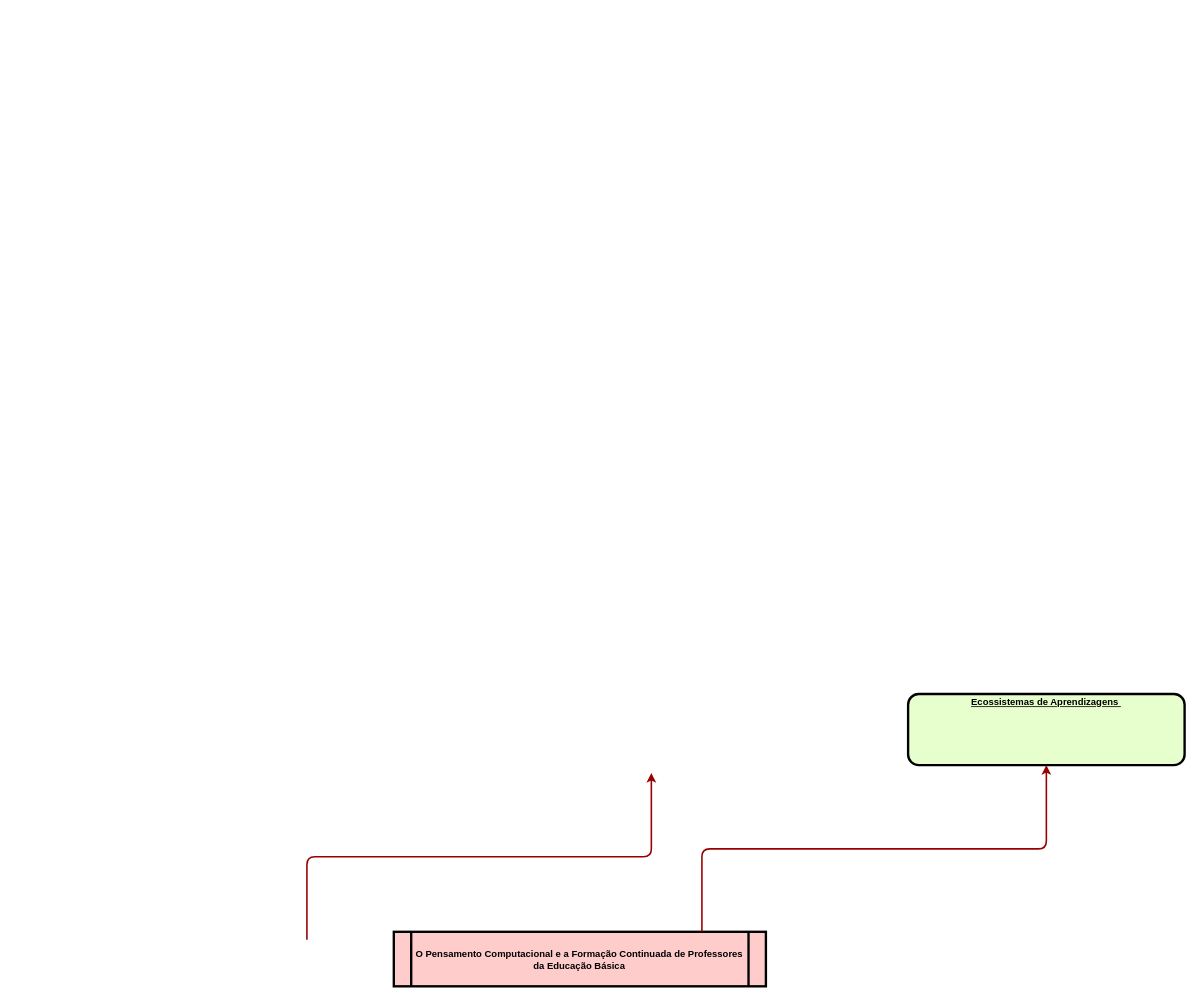
Earlier version of the draw.io diagram Desgner Formação.drawio (RosianeSangali/RosianeSangali). Source tidied: cells renumbered, new cells numbered last; positions are measured from the earlier drawing's top-left corner, leaving out a move shared by most shapes. Both pictures are drawn from the tidied source at 79%, with x=0, y=0 at pixel (307, 694).
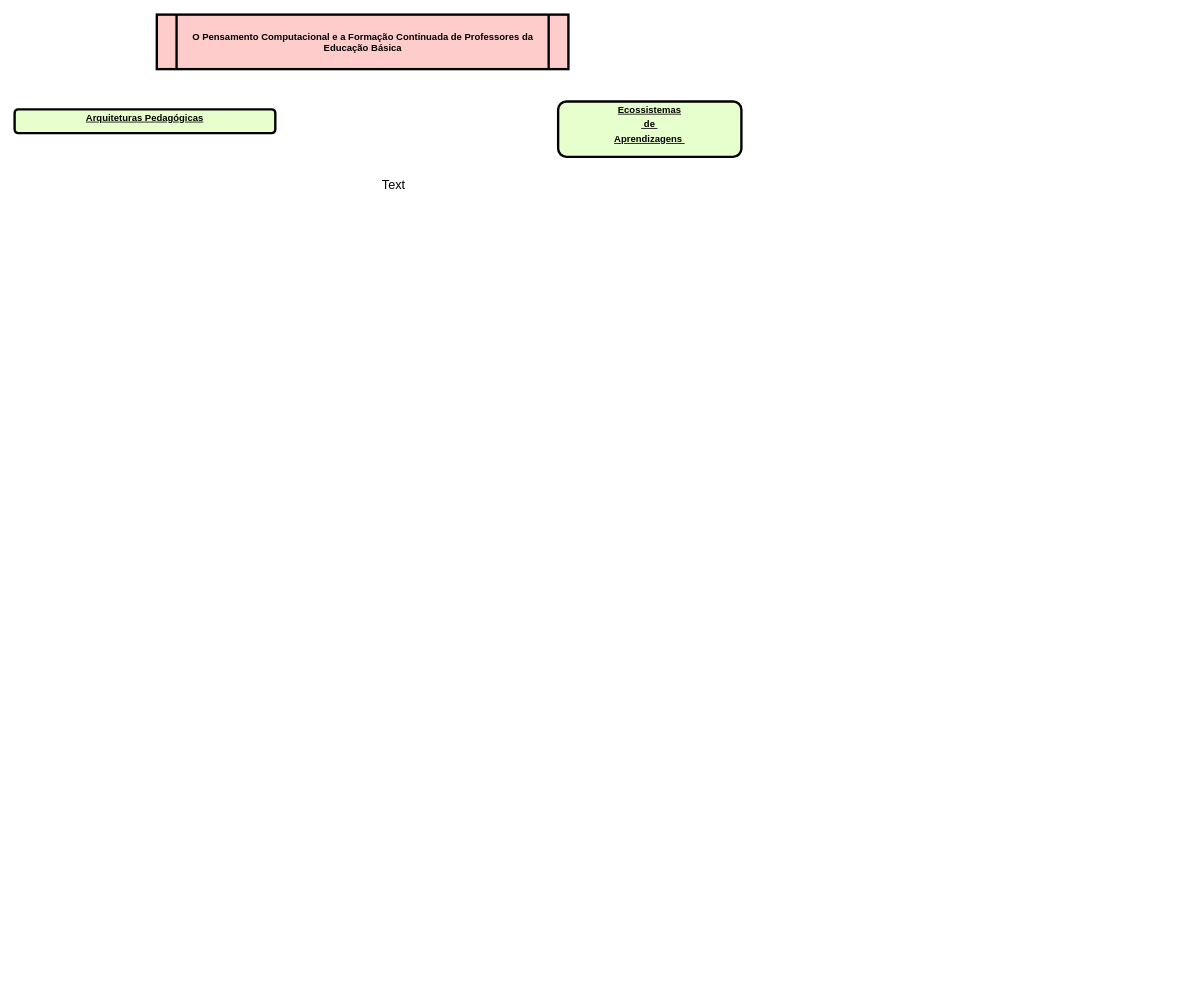
After the change.

Diff of the diagram source:
```diff
@@
 <mxGraphModel>
   <root>
     <mxCell id="0" />
     <mxCell id="1" parent="0" />
+    <mxCell id="6" value="&lt;p style=&quot;margin: 0px; margin-top: 4px; text-align: center; text-decoration: underline;&quot;&gt;Arquiteturas Pedagógicas&lt;/p&gt;" style="verticalAlign=middle;align=center;overflow=fill;fontSize=12;fontFamily=Helvetica;html=1;rounded=1;fontStyle=1;strokeWidth=3;fillColor=#E6FFCC;" parent="1" vertex="1">
+      <mxGeometry x="-370" y="-740" width="330" height="30" as="geometry" />
+    </mxCell>
     <mxCell id="2" value="O Pensamento Computacional e a Formação Continuada de Professores da Educação Básica" style="shape=process;whiteSpace=wrap;align=center;verticalAlign=middle;size=0.0475;fontStyle=1;strokeWidth=3;fillColor=#FFCCCC;" parent="1" vertex="1">
-      <mxGeometry x="110" y="301" width="471" height="69" as="geometry" />
+      <mxGeometry x="-190" y="-860" width="521" height="69" as="geometry" />
     </mxCell>
-    <mxCell id="3" value="&lt;p style=&quot;margin: 0px; margin-top: 4px; text-align: center; text-decoration: underline;&quot;&gt;Ecossistemas de Aprendizagens&amp;nbsp;&lt;/p&gt;" style="verticalAlign=middle;align=center;overflow=fill;fontSize=12;fontFamily=Helvetica;html=1;rounded=1;fontStyle=1;strokeWidth=3;fillColor=#E6FFCC;" parent="1" vertex="1">
-      <mxGeometry x="761" width="350" height="90" as="geometry" />
+    <mxCell id="3" value="&lt;p style=&quot;margin: 0px; margin-top: 4px; text-align: center; text-decoration: underline;&quot;&gt;Ecossistemas&lt;/p&gt;&lt;p style=&quot;margin: 0px; margin-top: 4px; text-align: center; text-decoration: underline;&quot;&gt;&amp;nbsp;de&amp;nbsp;&lt;/p&gt;&lt;p style=&quot;margin: 0px; margin-top: 4px; text-align: center; text-decoration: underline;&quot;&gt;Aprendizagens&amp;nbsp;&lt;/p&gt;" style="verticalAlign=middle;align=center;overflow=fill;fontSize=12;fontFamily=Helvetica;html=1;rounded=1;fontStyle=1;strokeWidth=3;fillColor=#E6FFCC;" parent="1" vertex="1">
+      <mxGeometry x="318" y="-750" width="232" height="70" as="geometry" />
     </mxCell>
-    <mxCell id="4" style="edgeStyle=segmentEdgeStyle;strokeColor=#990000;strokeWidth=2;" parent="1" edge="1" source="2" target="3">
-      <mxGeometry relative="1" as="geometry">
-        <Array as="points">
-          <mxPoint x="500" y="196" />
-        </Array>
-      </mxGeometry>
-    </mxCell>
-    <mxCell id="5" style="edgeStyle=segmentEdgeStyle;strokeColor=#990000;strokeWidth=2;" parent="1" edge="1">
-      <mxGeometry relative="1" as="geometry">
-        <mxPoint y="311" as="sourcePoint" />
-        <mxPoint x="436" y="100" as="targetPoint" />
-        <Array as="points">
-          <mxPoint y="206" />
-        </Array>
-      </mxGeometry>
-    </mxCell>
+    <mxCell id="7" value="Text" style="text;strokeColor=none;fillColor=none;html=1;align=center;verticalAlign=middle;whiteSpace=wrap;rounded=0;fontSize=16;" parent="1" vertex="1">
+      <mxGeometry x="80" y="-660" width="60" height="30" as="geometry" />
+    </mxCell>
   </root>
 </mxGraphModel>
```
